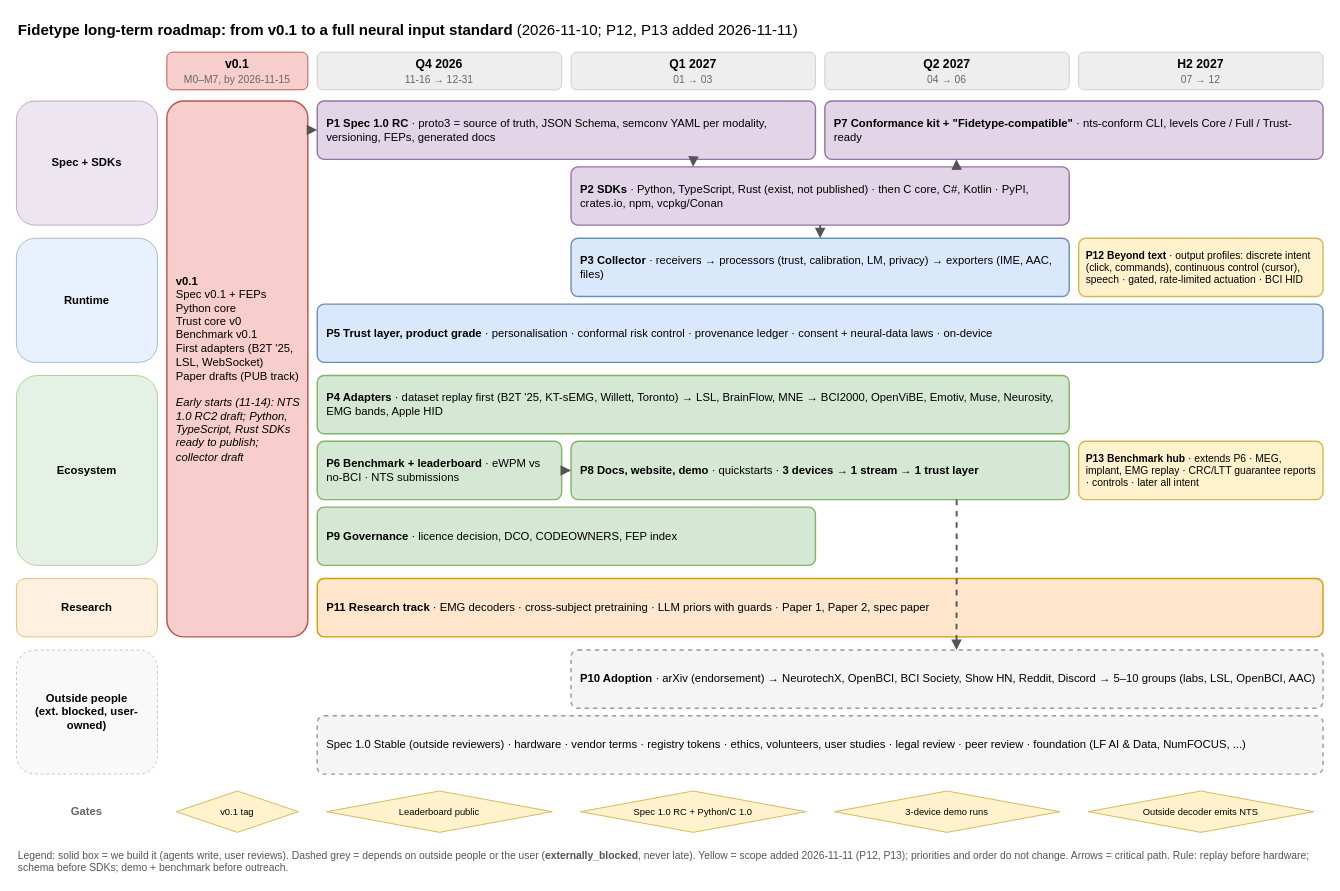
zhangzibo/fidetype keeps this draw.io diagram as wiki/diagrams/11-roadmap-standard.drawio. Above is the earlier version. Source tidied: cells renumbered, new cells numbered last; positions are measured from the earlier drawing's top-left corner, leaving out a move shared by most shapes. Both pictures are drawn from the tidied source at 94%, with x=0, y=0 at pixel (16, 16).
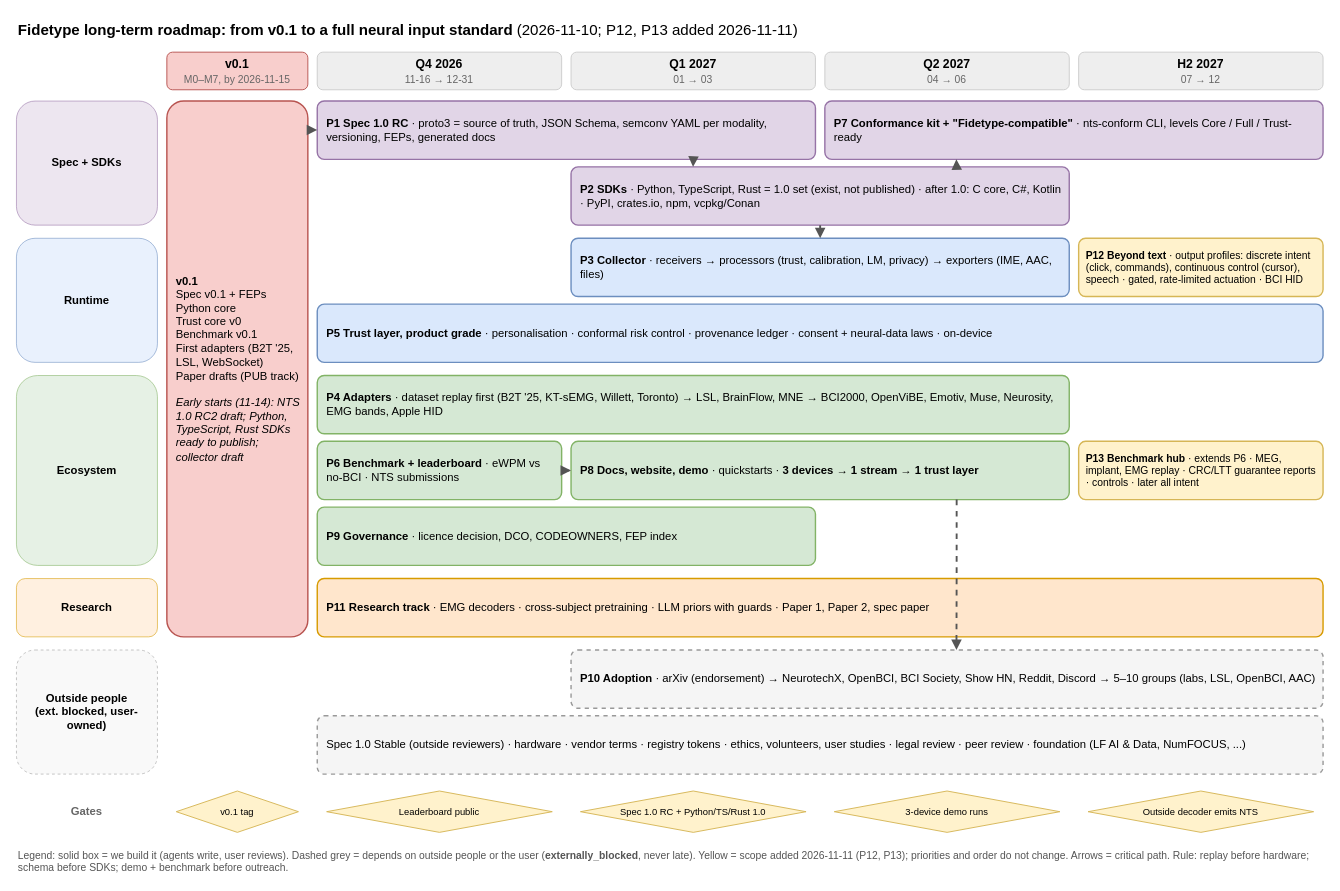
Above is the later version.

Commit message (it also covers changes not shown here):
R-22: SDK order decision: NTS 1.0 SDKs = Python, TypeScript, Rust; C core after 1.0

Diff of the diagram source:
```diff
@@
-    <mxCell id="15" value="&lt;b&gt;P2 SDKs&lt;/b&gt; · Python, TypeScript, Rust (exist, not published) · then C core, C#, Kotlin · PyPI, crates.io, npm, vcpkg/Conan" style="rounded=1;whiteSpace=wrap;html=1;fontSize=12;arcSize=12;fillColor=#e1d5e7;strokeColor=#9673a6;strokeWidth=1.5;align=left;verticalAlign=middle;spacingLeft=8;spacingRight=6;" parent="1" vertex="1">
+    <mxCell id="15" value="&lt;b&gt;P2 SDKs&lt;/b&gt; · Python, TypeScript, Rust = 1.0 set (exist, not published) · after 1.0: C core, C#, Kotlin · PyPI, crates.io, npm, vcpkg/Conan" style="rounded=1;whiteSpace=wrap;html=1;fontSize=12;arcSize=12;fillColor=#e1d5e7;strokeColor=#9673a6;strokeWidth=1.5;align=left;verticalAlign=middle;spacingLeft=8;spacingRight=6;" parent="1" vertex="1">
       <mxGeometry x="590" y="160" width="530" height="62" as="geometry" />
     </mxCell>
@@
-    <mxCell id="35" value="Spec 1.0 RC + Python/C 1.0" style="rhombus;whiteSpace=wrap;html=1;fontSize=10;fillColor=#fff2cc;strokeColor=#d6b656;" parent="1" vertex="1">
+    <mxCell id="35" value="Spec 1.0 RC + Python/TS/Rust 1.0" style="rhombus;whiteSpace=wrap;html=1;fontSize=10;fillColor=#fff2cc;strokeColor=#d6b656;" parent="1" vertex="1">
       <mxGeometry x="600" y="824" width="240" height="44" as="geometry" />
     </mxCell>
```
